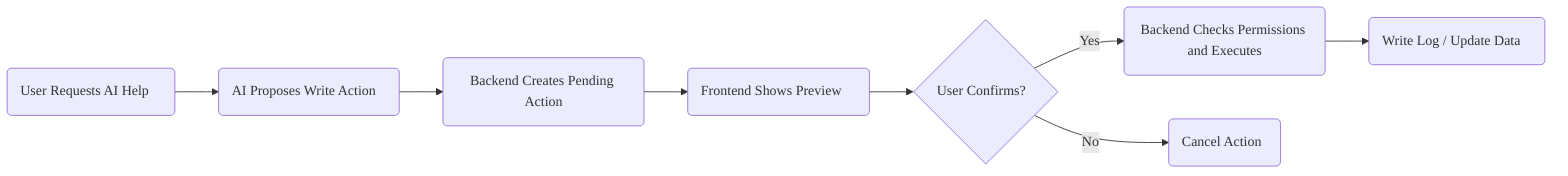
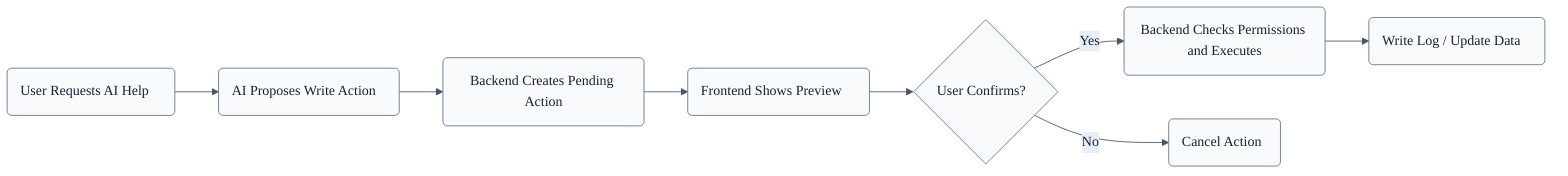
---
config:
+   theme: base
  themeVariables:
    fontFamily: Inter, Arial, sans-serif
+     primaryColor: '#f8fafc'
+     primaryTextColor: '#172033'
+     primaryBorderColor: '#65758b'
+     lineColor: '#475569'
+     secondaryColor: '#e8eef8'
+     tertiaryColor: '#ffffff'
---
flowchart LR
    User(User Requests AI Help) --> AI(AI Proposes Write Action)
    AI --> Backend(Backend Creates Pending Action)
    Backend --> Preview(Frontend Shows Preview)
    Preview --> Decision{User Confirms?}
    Decision -->|Yes| Execute(Backend Checks Permissions and Executes)
    Decision -->|No| Cancel(Cancel Action)
    Execute --> Audit(Write Log / Update Data)

classDef person fill:#fff7ed,stroke:#f97316,color:#7c2d12,stroke-width:1px;
classDef app fill:#eef6ff,stroke:#2563eb,color:#172554,stroke-width:1px;
classDef backend fill:#eef2ff,stroke:#4f46e5,color:#1e1b4b,stroke-width:1px;
classDef data fill:#ecfdf5,stroke:#059669,color:#064e3b,stroke-width:1px;
classDef external fill:#fdf2f8,stroke:#db2777,color:#831843,stroke-width:1px;
classDef process fill:#f8fafc,stroke:#64748b,color:#0f172a,stroke-width:1px;
classDef warn fill:#fff7ed,stroke:#ea580c,color:#7c2d12,stroke-width:1px;
classDef ok fill:#f0fdf4,stroke:#16a34a,color:#14532d,stroke-width:1px;
